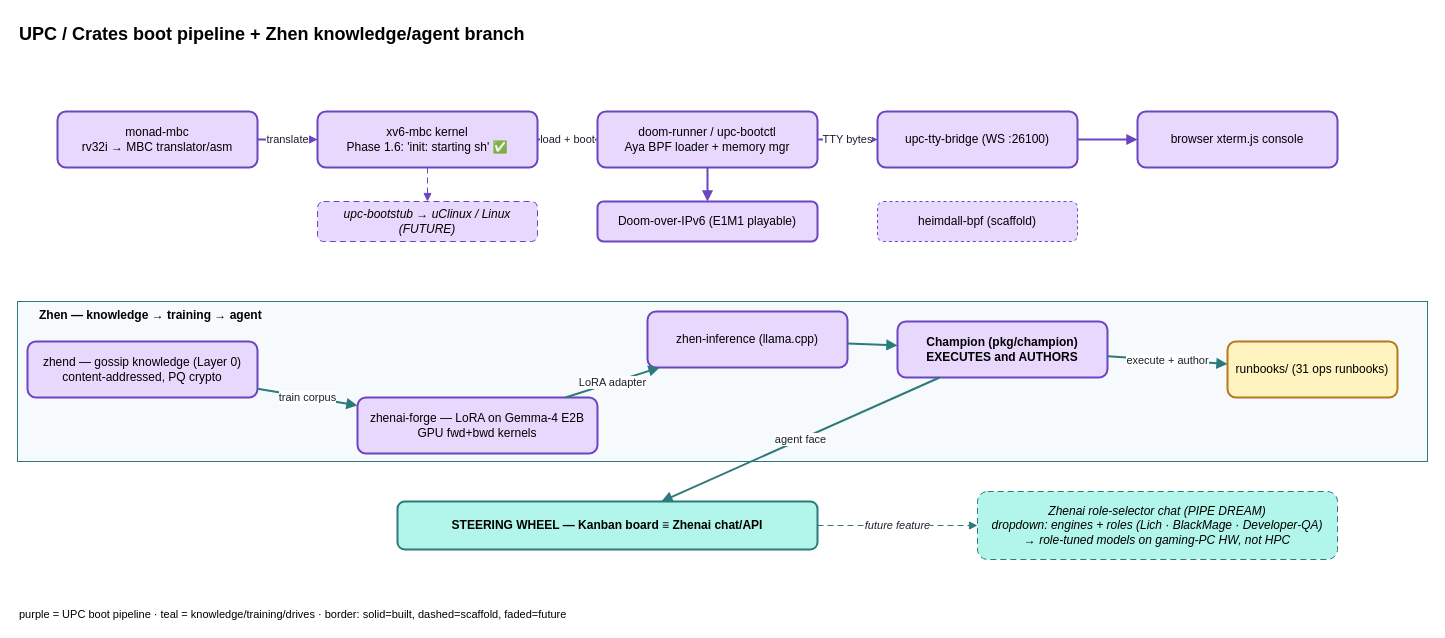
Before: page "4 · UPC / Crates + Zhen" (4 of 6) of docs/architecture/service-ontology.drawio in unheaded/unheaded, a draw.io diagram. Source tidied: cells renumbered, new cells numbered last; positions are measured from the earlier drawing's top-left corner, leaving out a move shared by most shapes. Both pictures are drawn from the tidied source at 100%, with x=0, y=0 at pixel (17, 17).
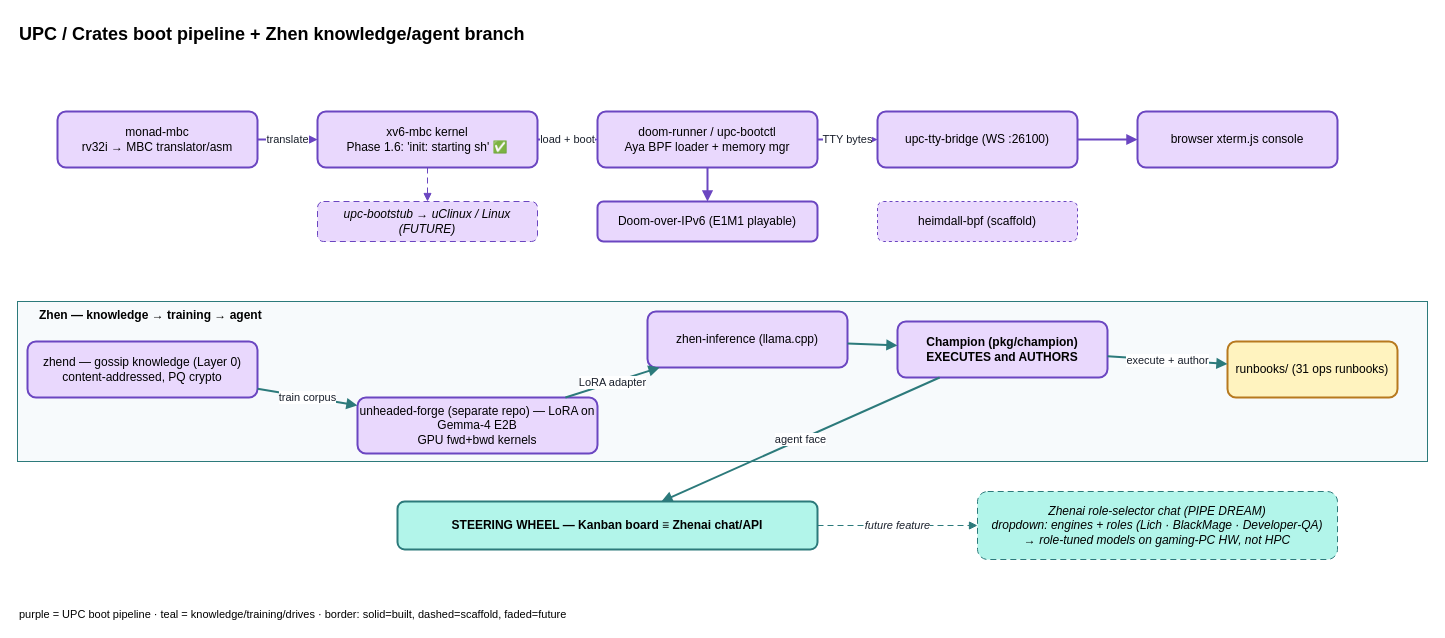
After the change.

Commit message (it also covers changes not shown here):
docs: forge mentions in living docs name unheaded-forge

The edit, as a diff of the source:
```diff
@@
-    <mxCell id="18" value="zhenai-forge — LoRA on Gemma-4 E2B&#10;GPU fwd+bwd kernels" style="rounded=1;whiteSpace=wrap;html=1;fillColor=#e9d8fd;strokeColor=#6b46c1;strokeWidth=2;" parent="1" vertex="1">
+    <mxCell id="18" value="unheaded-forge (separate repo) — LoRA on Gemma-4 E2B&#10;GPU fwd+bwd kernels" style="rounded=1;whiteSpace=wrap;html=1;fillColor=#e9d8fd;strokeColor=#6b46c1;strokeWidth=2;" parent="1" vertex="1">
       <mxGeometry x="340" y="380" width="240" height="56" as="geometry" />
     </mxCell>
```
